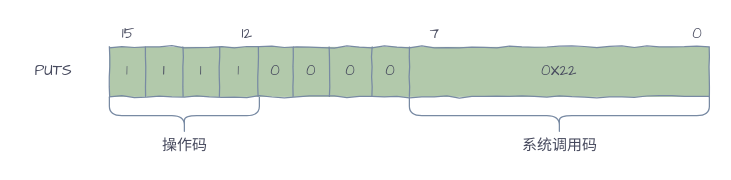
Above: page "puts" (28 of 36) of vm.drawio in silan-liu/drawio (draw.io), before the change. Source tidied: cells renumbered, new cells numbered last; positions are measured from the earlier drawing's top-left corner, leaving out a move shared by most shapes. Both pictures are drawn from the tidied source at 125%, with x=0, y=0 at pixel (21, 21).
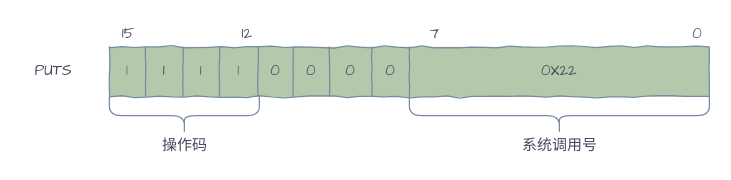
After the change.

What changed in the source:
```diff
@@
-    <mxCell id="21" value="系统调用码" style="text;html=1;align=center;verticalAlign=middle;fontFamily=Architects Daughter;fontColor=#46495D;" parent="1" vertex="1">
+    <mxCell id="21" value="系统调用号" style="text;html=1;align=center;verticalAlign=middle;fontFamily=Architects Daughter;fontColor=#46495D;" parent="1" vertex="1">
       <mxGeometry x="390" y="90" width="80" height="20" as="geometry" />
     </mxCell>
```
